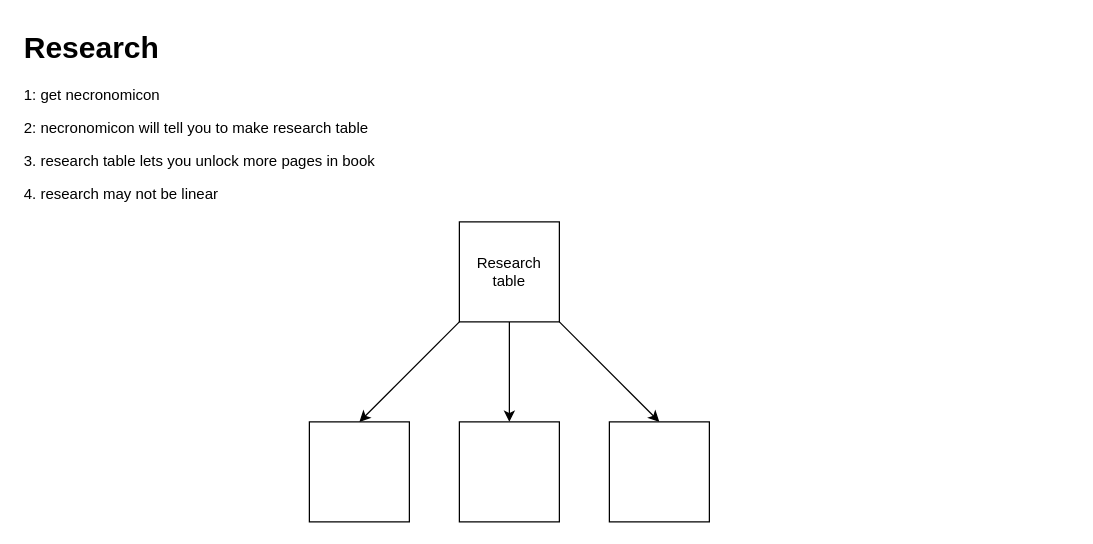
This is soul_forge.drawio from x3rdev/SoulForge, a draw.io file, before an edit. Source tidied: cells renumbered, new cells numbered last; positions are measured from the earlier drawing's top-left corner, leaving out a move shared by most shapes. Both pictures are drawn from the tidied source at 125%, with x=0, y=0 at pixel (21, 21).
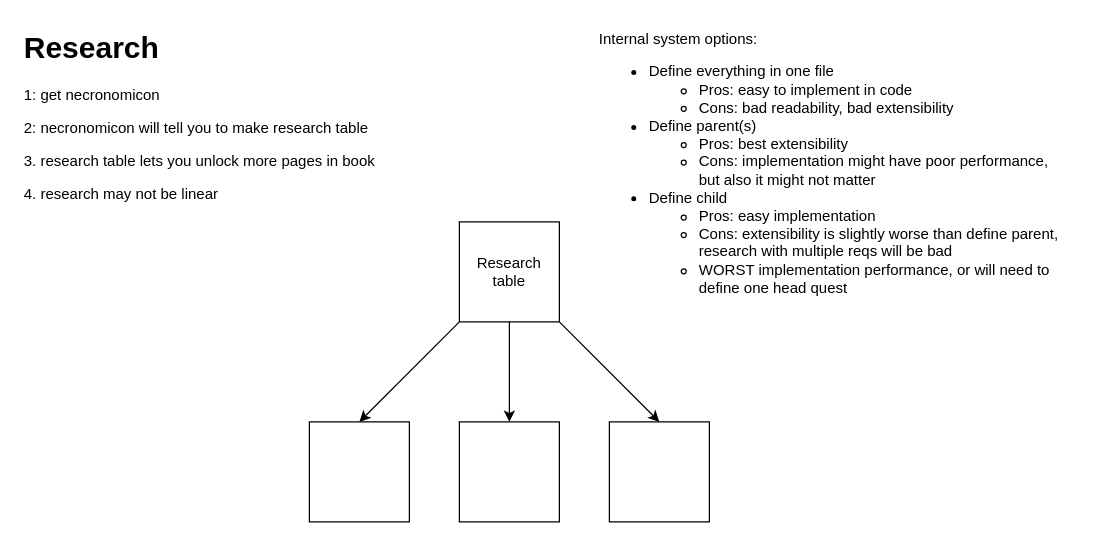
After the change.

Diff of the diagram source:
```diff
@@
 <mxGraphModel>
   <root>
     <mxCell id="0" />
     <mxCell id="1" parent="0" />
     <mxCell id="2" value="Research table" style="whiteSpace=wrap;html=1;" parent="1" vertex="1">
       <mxGeometry x="350" y="160" width="80" height="80" as="geometry" />
     </mxCell>
     <mxCell id="3" style="endArrow=classic;html=1;rounded=0;exitX=0;exitY=1;exitDx=0;exitDy=0;entryX=0.5;entryY=0;entryDx=0;entryDy=0;" parent="1" edge="1" source="2" target="6">
       <mxGeometry relative="1" as="geometry" />
     </mxCell>
     <mxCell id="4" style="endArrow=classic;html=1;rounded=0;exitX=0;exitY=1;exitDx=0;exitDy=0;" parent="1" edge="1">
       <mxGeometry relative="1" as="geometry">
         <mxPoint x="430" y="240" as="sourcePoint" />
         <mxPoint x="510" y="320" as="targetPoint" />
       </mxGeometry>
     </mxCell>
     <mxCell id="5" style="endArrow=classic;html=1;rounded=0;exitX=0;exitY=1;exitDx=0;exitDy=0;" parent="1" edge="1">
       <mxGeometry relative="1" as="geometry">
         <mxPoint x="390" y="240" as="sourcePoint" />
         <mxPoint x="390" y="320" as="targetPoint" />
       </mxGeometry>
     </mxCell>
     <mxCell id="6" style="whiteSpace=wrap;html=1;" parent="1" vertex="1">
       <mxGeometry x="230" y="320" width="80" height="80" as="geometry" />
     </mxCell>
     <mxCell id="7" style="whiteSpace=wrap;html=1;" parent="1" vertex="1">
       <mxGeometry x="350" y="320" width="80" height="80" as="geometry" />
     </mxCell>
     <mxCell id="8" style="whiteSpace=wrap;html=1;" parent="1" vertex="1">
       <mxGeometry x="470" y="320" width="80" height="80" as="geometry" />
     </mxCell>
     <mxCell id="9" value="&lt;h1 style=&quot;margin-top: 0px;&quot;&gt;Research&lt;/h1&gt;&lt;p&gt;1: get necronomicon&lt;/p&gt;&lt;p&gt;2: necronomicon will tell you to make research table&lt;/p&gt;&lt;p&gt;3. research table lets you unlock more pages in book&lt;/p&gt;&lt;p&gt;4. research may not be linear&lt;/p&gt;&lt;p&gt;&lt;br&gt;&lt;/p&gt;&lt;p&gt;&lt;br&gt;&lt;/p&gt;" style="text;html=1;whiteSpace=wrap;overflow=hidden;rounded=0;" parent="1" vertex="1">
       <mxGeometry width="460" height="150" as="geometry" />
     </mxCell>
+    <mxCell id="10" value="&lt;div&gt;Internal system options:&lt;/div&gt;&lt;div&gt;&lt;ul&gt;&lt;li&gt;Define everything in one file&lt;/li&gt;&lt;ul&gt;&lt;li&gt;Pros: easy to implement in code&lt;/li&gt;&lt;li&gt;Cons: bad readability, bad extensibility&lt;/li&gt;&lt;/ul&gt;&lt;li&gt;Define parent(s)&lt;/li&gt;&lt;ul&gt;&lt;li&gt;Pros: best extensibility&lt;/li&gt;&lt;li&gt;Cons: implementation might have poor performance, but also it might not matter&lt;/li&gt;&lt;/ul&gt;&lt;li&gt;Define child&lt;/li&gt;&lt;ul&gt;&lt;li&gt;Pros: easy implementation&lt;/li&gt;&lt;li&gt;Cons: extensibility is slightly worse than define parent, research with multiple reqs will be bad&lt;/li&gt;&lt;li&gt;WORST implementation performance, or will need to define one head quest&lt;/li&gt;&lt;/ul&gt;&lt;/ul&gt;&lt;/div&gt;&lt;div&gt;&lt;span style=&quot;white-space: pre;&quot;&gt;&#9;&lt;/span&gt;&lt;br&gt;&lt;/div&gt;" style="text;html=1;align=left;verticalAlign=top;whiteSpace=wrap;rounded=0;" parent="1" vertex="1">
+      <mxGeometry x="460" width="380" height="230" as="geometry" />
+    </mxCell>
   </root>
 </mxGraphModel>
```
